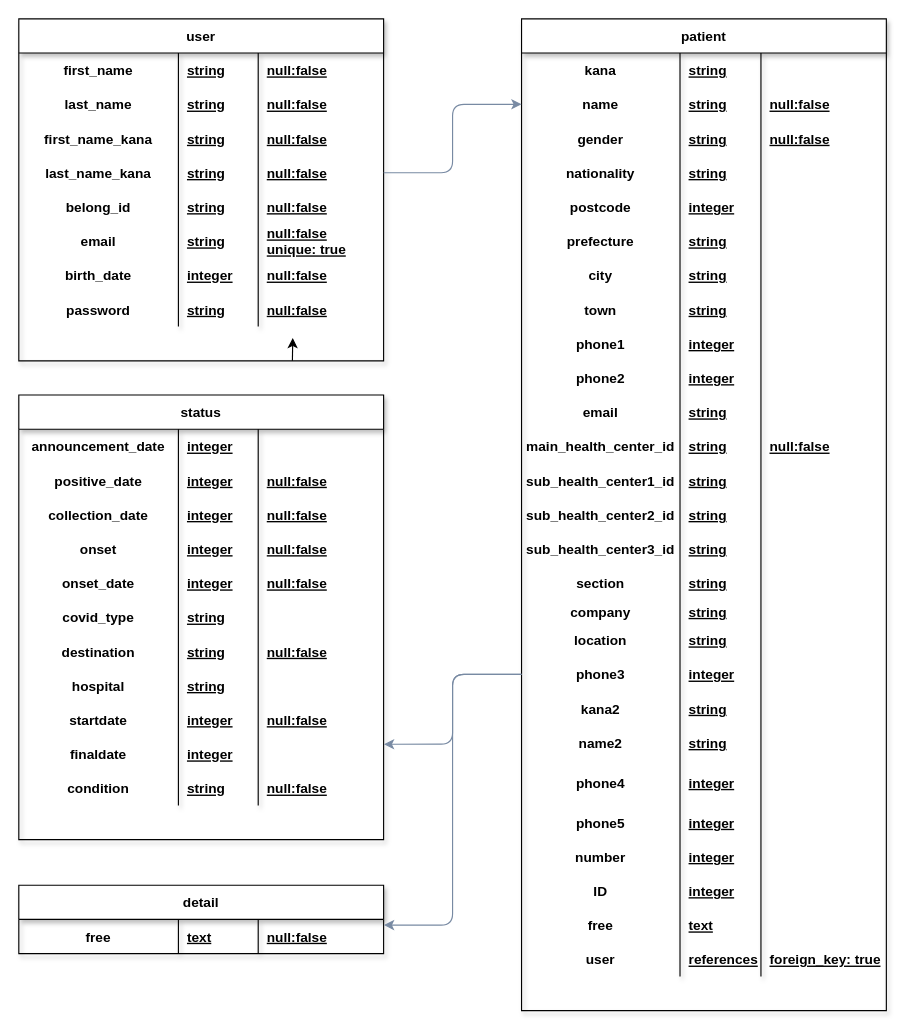
Earlier version of the draw.io diagram HMC2.dio (haihaihai103/HMC2). Source tidied: cells renumbered, new cells numbered last; positions are measured from the earlier drawing's top-left corner, leaving out a move shared by most shapes. Both pictures are drawn from the tidied source at 114%, with x=0, y=0 at pixel (18, 18).
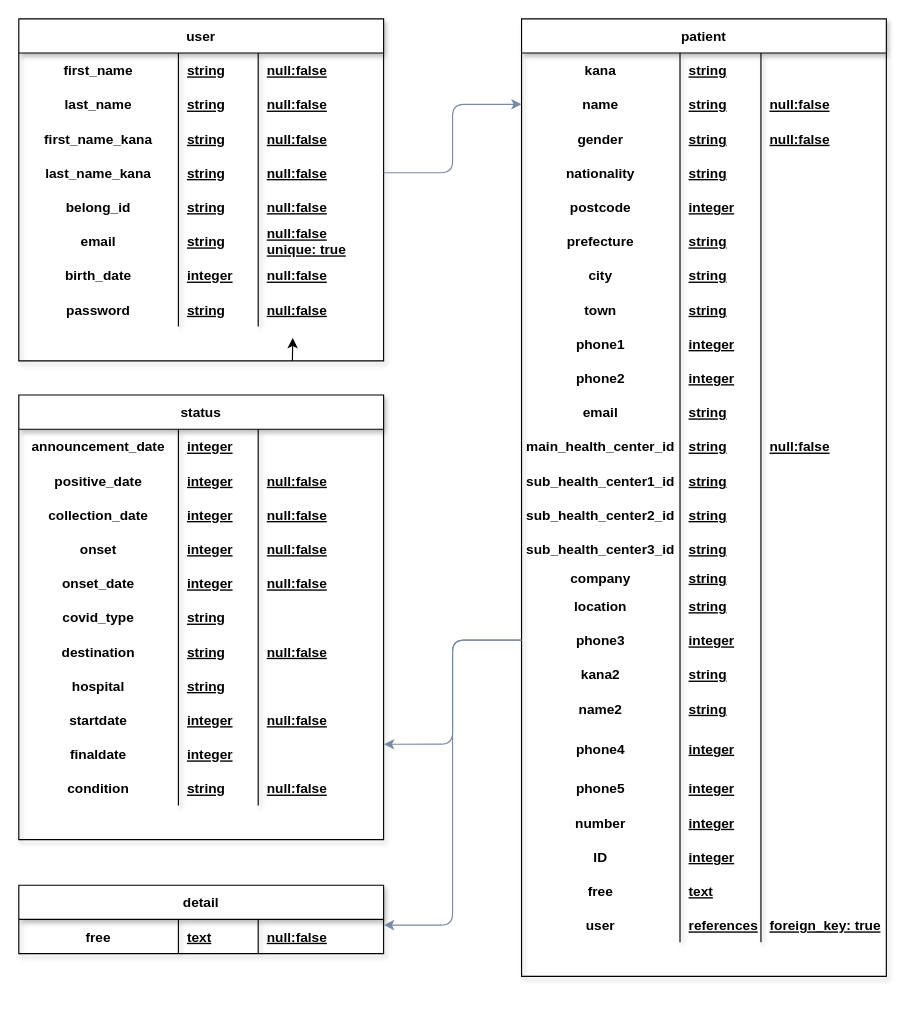
Above is the later version.

Diff of the diagram source:
```diff
@@
     <mxCell id="86" value="patient" style="shape=table;startSize=30;childLayout=tableLayout;rowLines=0;fontStyle=1;align=center;shadow=1;" parent="1" vertex="1">
-      <mxGeometry x="441" width="320" height="870" as="geometry" />
+      <mxGeometry x="441" width="320" height="840" as="geometry" />
     </mxCell>
@@
-    <mxCell id="147" style="shape=partialRectangle;fillColor=none;top=0;left=0;bottom=0;right=0;" parent="86" vertex="1">
-      <mxGeometry y="480" width="320" height="30" as="geometry" />
-    </mxCell>
-    <mxCell id="148" value="section" style="shape=partialRectangle;fillColor=none;top=0;left=0;bottom=0;right=0;fontStyle=1;overflow=hidden;" parent="147" vertex="1">
-      <mxGeometry width="139" height="30" as="geometry" />
-    </mxCell>
-    <mxCell id="149" value="string" style="shape=partialRectangle;fillColor=none;top=0;left=0;bottom=0;right=0;align=left;spacingLeft=6;fontStyle=5;overflow=hidden;" parent="147" vertex="1">
-      <mxGeometry x="139" width="71" height="30" as="geometry" />
-    </mxCell>
-    <mxCell id="150" style="shape=partialRectangle;fillColor=none;top=0;left=0;bottom=0;right=0;align=left;spacingLeft=6;fontStyle=5;overflow=hidden;" parent="147" vertex="1">
-      <mxGeometry x="210" width="110" height="30" as="geometry" />
-    </mxCell>
     <mxCell id="151" style="shape=partialRectangle;fillColor=none;top=0;left=0;bottom=0;right=0;" parent="86" vertex="1">
-      <mxGeometry y="510" width="320" height="20" as="geometry" />
+      <mxGeometry y="480" width="320" height="20" as="geometry" />
     </mxCell>
@@
     <mxCell id="155" style="shape=partialRectangle;fillColor=none;top=0;left=0;bottom=0;right=0;" parent="86" vertex="1">
-      <mxGeometry y="530" width="320" height="30" as="geometry" />
+      <mxGeometry y="500" width="320" height="30" as="geometry" />
     </mxCell>
@@
     <mxCell id="159" style="shape=partialRectangle;fillColor=none;top=0;left=0;bottom=0;right=0;points=[[0,0.5],[1,0.5]];portConstraint=eastwest;" parent="86" vertex="1">
-      <mxGeometry y="560" width="320" height="30" as="geometry" />
+      <mxGeometry y="530" width="320" height="30" as="geometry" />
     </mxCell>
@@
     <mxCell id="163" style="shape=partialRectangle;fillColor=none;top=0;left=0;bottom=0;right=0;" parent="86" vertex="1">
-      <mxGeometry y="590" width="320" height="30" as="geometry" />
+      <mxGeometry y="560" width="320" height="30" as="geometry" />
     </mxCell>
@@
     <mxCell id="167" style="shape=partialRectangle;fillColor=none;top=0;left=0;bottom=0;right=0;" parent="86" vertex="1">
-      <mxGeometry y="620" width="320" height="30" as="geometry" />
+      <mxGeometry y="590" width="320" height="30" as="geometry" />
     </mxCell>
@@
     <mxCell id="171" style="shape=partialRectangle;fillColor=none;top=0;left=0;bottom=0;right=0;" parent="86" vertex="1">
-      <mxGeometry y="650" width="320" height="40" as="geometry" />
+      <mxGeometry y="620" width="320" height="40" as="geometry" />
     </mxCell>
@@
     <mxCell id="175" style="shape=partialRectangle;fillColor=none;top=0;left=0;bottom=0;right=0;" parent="86" vertex="1">
-      <mxGeometry y="690" width="320" height="30" as="geometry" />
+      <mxGeometry y="660" width="320" height="30" as="geometry" />
     </mxCell>
@@
     <mxCell id="179" style="shape=partialRectangle;fillColor=none;top=0;left=0;bottom=0;right=0;" parent="86" vertex="1">
-      <mxGeometry y="720" width="320" height="30" as="geometry" />
+      <mxGeometry y="690" width="320" height="30" as="geometry" />
     </mxCell>
@@
     <mxCell id="183" style="shape=partialRectangle;fillColor=none;top=0;left=0;bottom=0;right=0;" parent="86" vertex="1">
-      <mxGeometry y="750" width="320" height="30" as="geometry" />
+      <mxGeometry y="720" width="320" height="30" as="geometry" />
     </mxCell>
@@
     <mxCell id="187" style="shape=partialRectangle;fillColor=none;top=0;left=0;bottom=0;right=0;" parent="86" vertex="1">
-      <mxGeometry y="780" width="320" height="30" as="geometry" />
+      <mxGeometry y="750" width="320" height="30" as="geometry" />
     </mxCell>
@@
     <mxCell id="191" style="shape=partialRectangle;fillColor=none;top=0;left=0;bottom=0;right=0;" parent="86" vertex="1">
-      <mxGeometry y="810" width="320" height="30" as="geometry" />
+      <mxGeometry y="780" width="320" height="30" as="geometry" />
     </mxCell>
```
